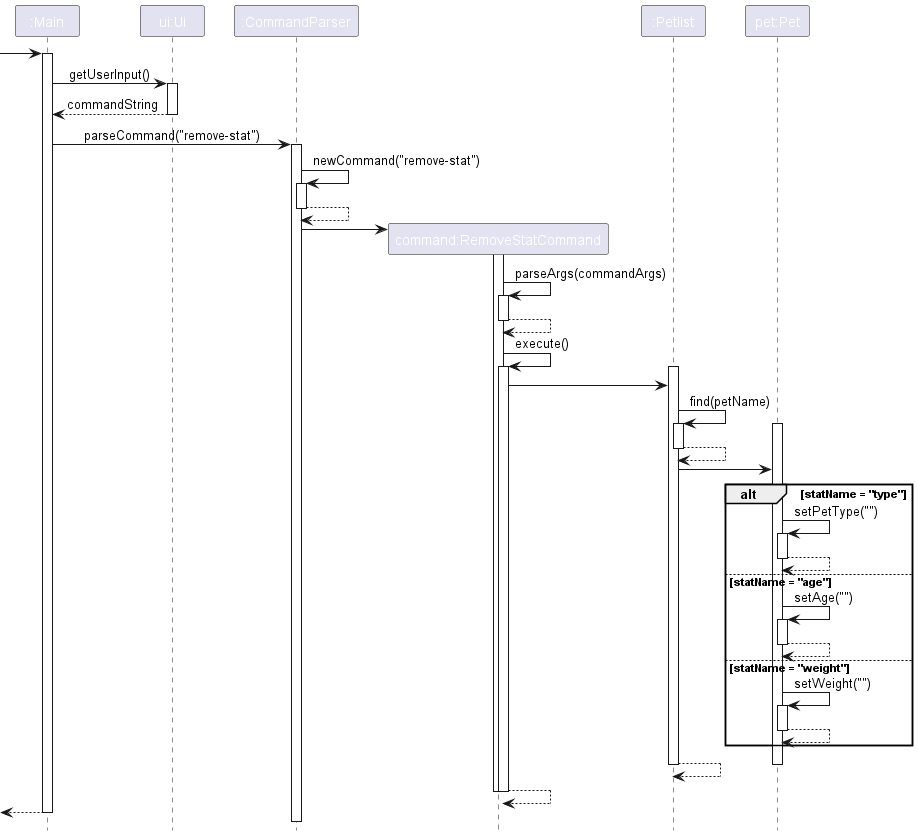
nus-cs2113-AY2223S2/tp keeps this PlantUML diagram as docs/images/RemoveStatCommand.png. Above is the earlier version.
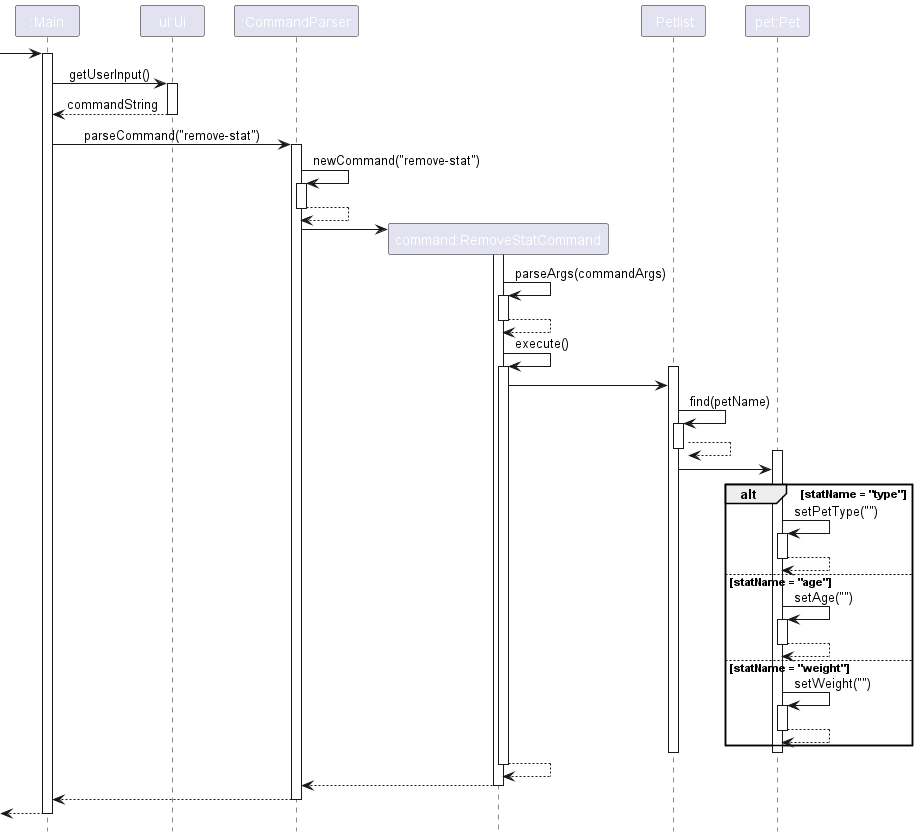
After the change.

What changed in the source:
```diff
@@ -36,11 +36,13 @@
             RemoveStatCommand -> PetList
                 PetList -> PetList:find(petName)
                 activate PetList
+                return
+
+                activate Pet
 
 
-                activate Pet
-                return
                 PetList -> Pet
+
 
                     alt statName = "type"
                         Pet -> Pet:setPetType("")
@@ -56,17 +58,20 @@
                         Pet -> Pet:setWeight("")
                         activate Pet
                         return
+                    end
 
-                end
-                    return
                     deactivate Pet
+                    deactivate PetList
+
+
 
             return
-            deactivate PetList
+            return
+            return
+            return
 
 
-        deactivate RemoveStatCommand
-        return
+
 
 
 
```
